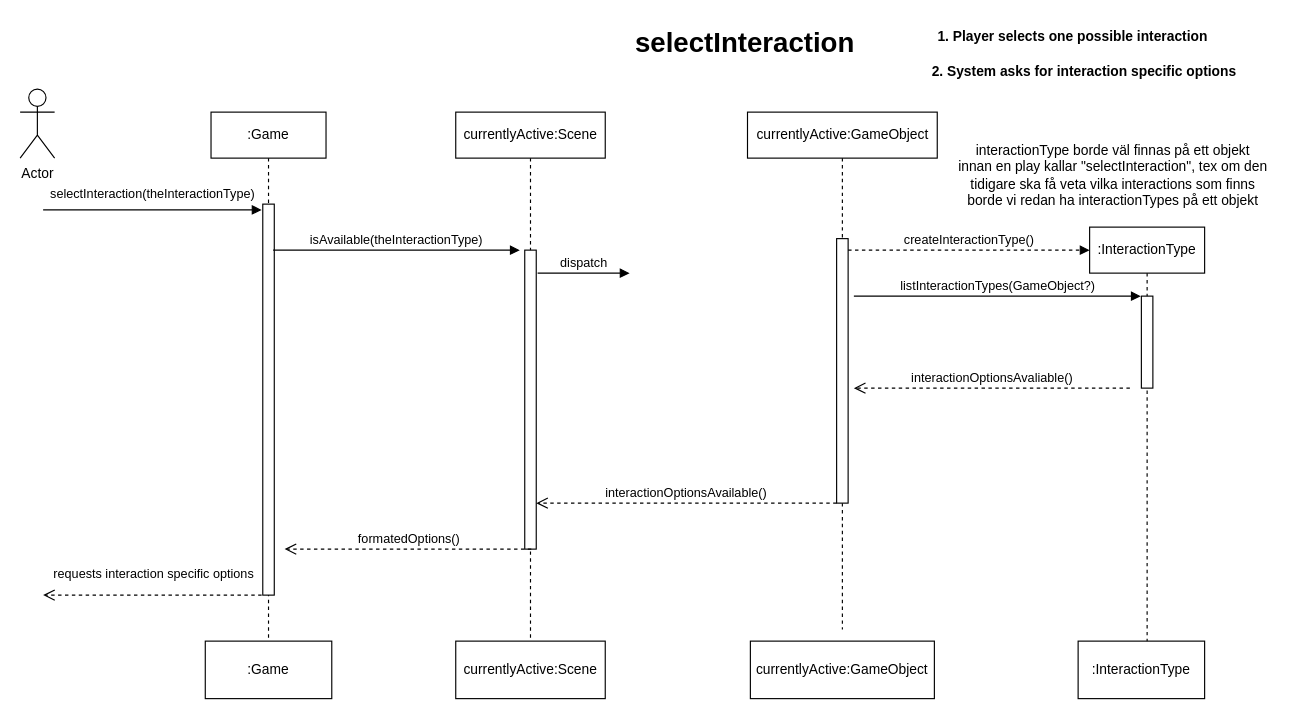
Jesper-R/PA1460 keeps this draw.io diagram as page "selectInteraction" (3 of 6) of domain-model.drawio. Above is the earlier version. Source tidied: cells renumbered, new cells numbered last; positions are measured from the earlier drawing's top-left corner, leaving out a move shared by most shapes. Both pictures are drawn from the tidied source at 115%, with x=0, y=0 at pixel (20, 20).
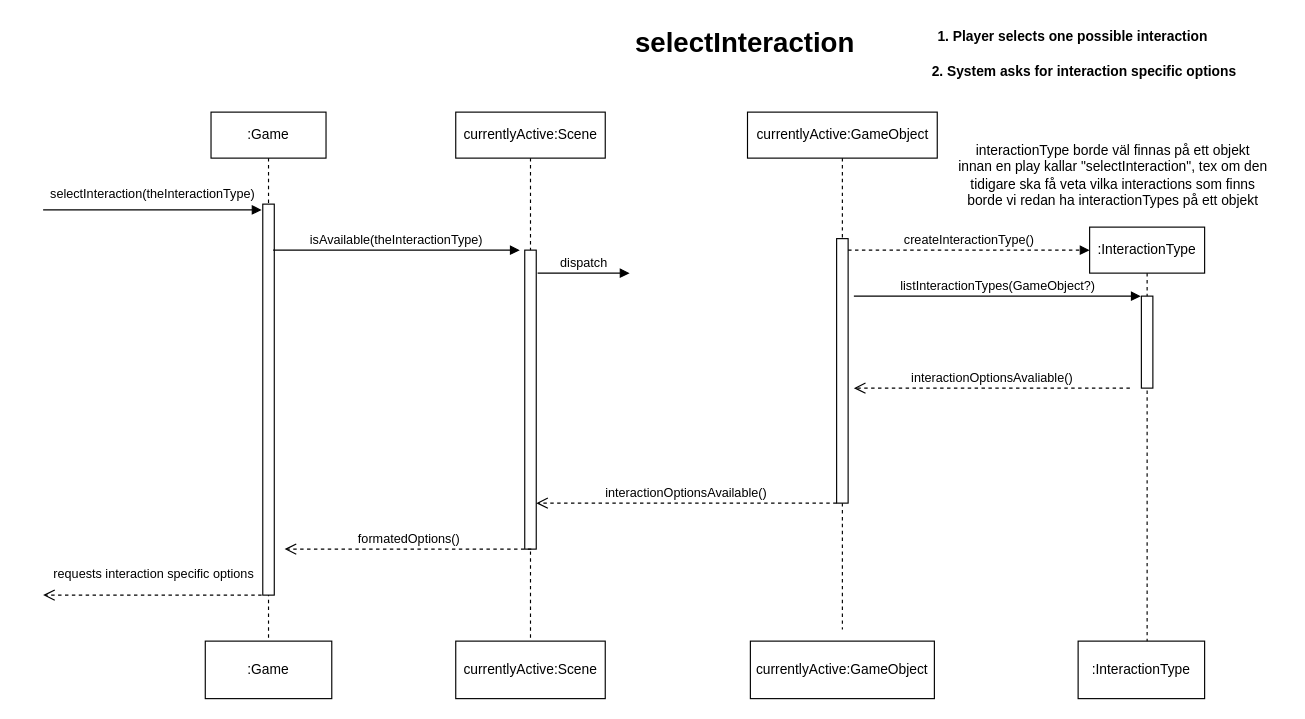
After the change.

The edit, as a diff of the source:
```diff
@@
-    <mxCell id="5" value="Actor" style="shape=umlActor;verticalLabelPosition=bottom;verticalAlign=top;html=1;" parent="1" vertex="1">
-      <mxGeometry y="60" width="30" height="60" as="geometry" />
-    </mxCell>
```
